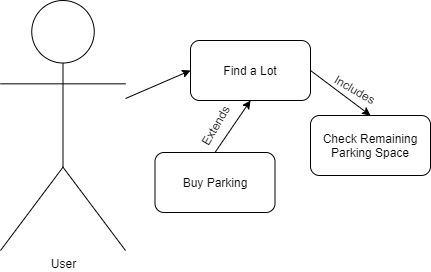
Earlier version of the draw.io export docs/useCases/Check Remaining Space.png (katiecorcoran/cs3450-group-4). Source tidied: cells renumbered, new cells last; positions are measured from the earlier drawing's top-left corner, leaving out a move shared by most shapes.
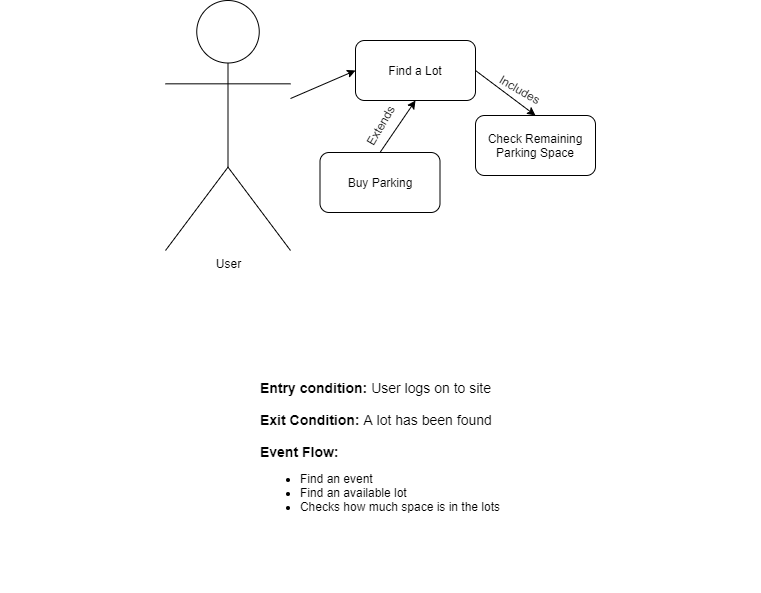
Later version of the same file.

Commit message:
Added event flow to the diagrams

Diff of the diagram source:
```diff
@@ -38,5 +38,8 @@
     <mxCell id="13" value="Extends" style="text;html=1;strokeColor=none;fillColor=none;align=center;verticalAlign=middle;whiteSpace=wrap;rounded=0;rotation=-60;" parent="1" vertex="1">
       <mxGeometry x="195" y="115" width="40" height="20" as="geometry" />
     </mxCell>
+    <mxCell id="14" value="&lt;div style=&quot;text-align: justify&quot;&gt;&lt;b style=&quot;font-size: 14px&quot;&gt;Entry condition: &lt;/b&gt;&lt;span style=&quot;font-size: 14px&quot;&gt;User logs on to site&lt;/span&gt;&lt;/div&gt;&lt;font&gt;&lt;div style=&quot;text-align: justify&quot;&gt;&lt;span style=&quot;font-size: 14px&quot;&gt;&lt;b&gt;&lt;br&gt;&lt;/b&gt;&lt;/span&gt;&lt;/div&gt;&lt;div style=&quot;text-align: justify ; font-size: 14px&quot;&gt;&lt;b style=&quot;font-weight: bold&quot;&gt;Exit Condition: &lt;/b&gt;A lot has been found&lt;/div&gt;&lt;div style=&quot;text-align: justify&quot;&gt;&lt;span style=&quot;font-size: 14px&quot;&gt;&lt;b&gt;&lt;br&gt;&lt;/b&gt;&lt;/span&gt;&lt;/div&gt;&lt;b style=&quot;font-size: 14px&quot;&gt;&lt;div style=&quot;text-align: justify&quot;&gt;&lt;b&gt;Event Flow:&amp;nbsp;&lt;/b&gt;&lt;/div&gt;&lt;/b&gt;&lt;/font&gt;&lt;ul&gt;&lt;li style=&quot;text-align: justify&quot;&gt;Find an event&lt;/li&gt;&lt;li style=&quot;text-align: justify&quot;&gt;Find an available lot&lt;/li&gt;&lt;li style=&quot;text-align: justify&quot;&gt;Checks how much space is in the lots&lt;/li&gt;&lt;/ul&gt;" style="text;html=1;strokeColor=none;fillColor=none;align=center;verticalAlign=middle;whiteSpace=wrap;rounded=0;" parent="1" vertex="1">
+      <mxGeometry x="-165" y="312" width="760" height="280" as="geometry" />
+    </mxCell>
   </root>
 </mxGraphModel>
```
